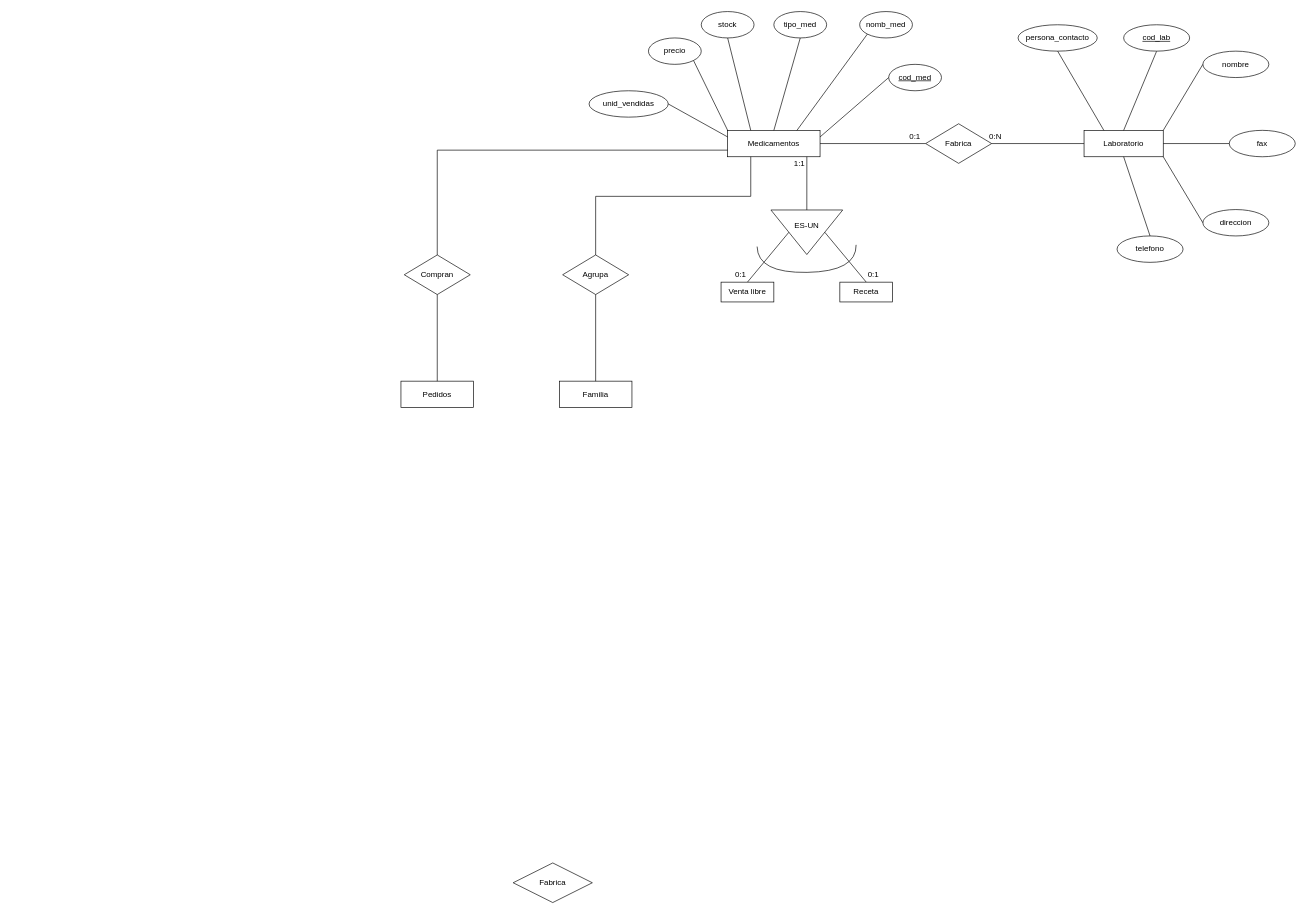
Earlier version of the draw.io diagram Practica_01_Modelo_entidad-relacion_Farmacia/Practica_01_Modelo_Entidad-Relacion_Farmacia.drawio (feichay10/Practicas-ADBD). Source tidied: cells renumbered, new cells numbered last; positions are measured from the earlier drawing's top-left corner, leaving out a move shared by most shapes. Both pictures are drawn from the tidied source at 66%, with x=0, y=0 at pixel (401, 11).
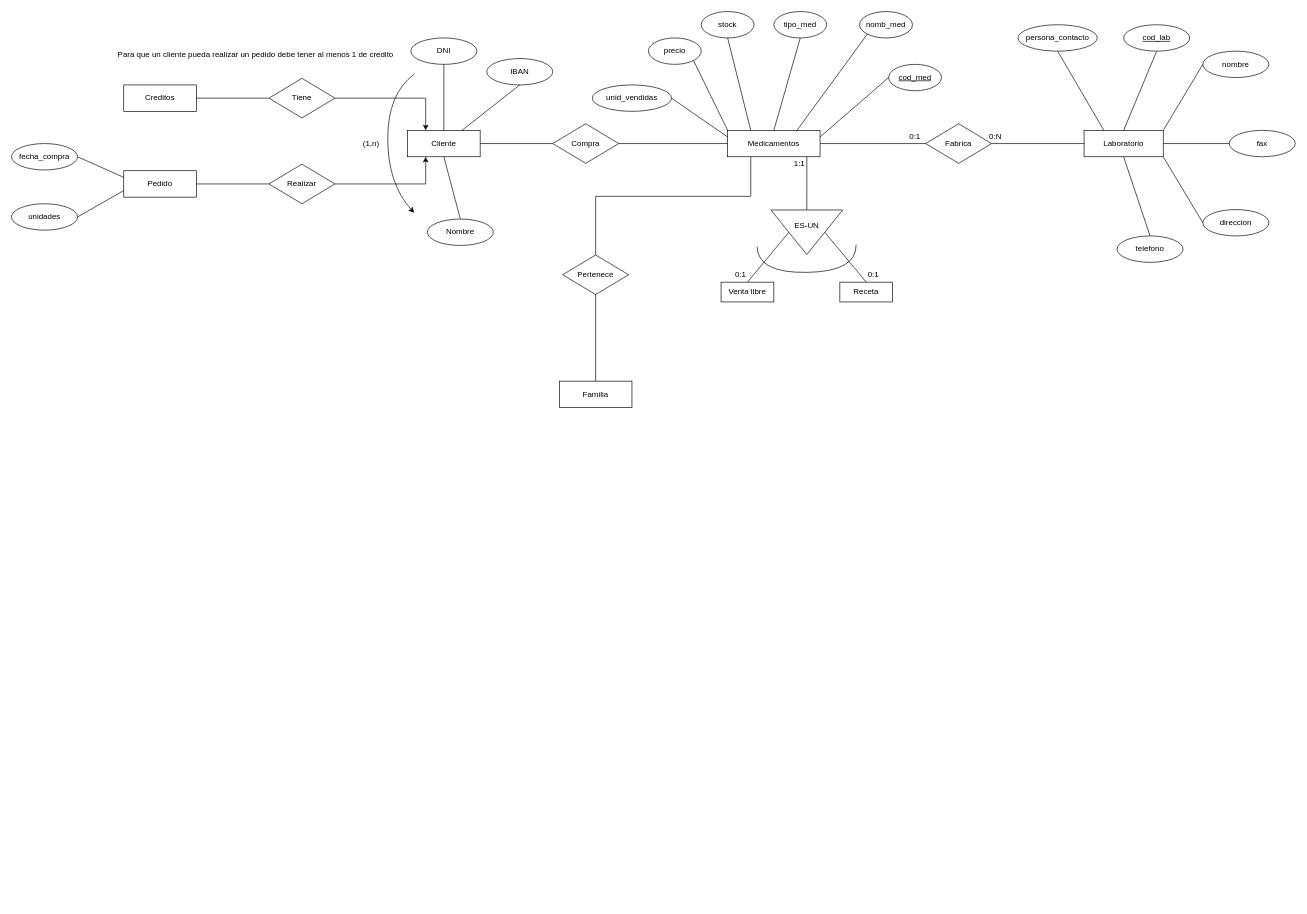
The same page after the edit.

The change refers to these unchanged cells:
```xml
<mxCell id="4" value="Medicamentos" style="whiteSpace=wrap;html=1;align=center;" parent="1" vertex="1">
  <mxGeometry x="495" y="180" width="140" height="40" as="geometry" />
</mxCell>
```

What changed in the source:
```diff
@@
-    <mxCell id="3" value="Fabrica" style="shape=rhombus;perimeter=rhombusPerimeter;whiteSpace=wrap;html=1;align=center;" parent="1" vertex="1">
-      <mxGeometry x="170" y="1290" width="120" height="60" as="geometry" />
-    </mxCell>
@@
     <mxCell id="21" value="unid_vendidas" style="ellipse;whiteSpace=wrap;html=1;align=center;" parent="1" vertex="1">
-      <mxGeometry x="285" y="120" width="120" height="40" as="geometry" />
+      <mxGeometry x="290" y="111.2" width="120" height="40" as="geometry" />
     </mxCell>
@@
-    <mxCell id="45" value="Agrupa" style="shape=rhombus;perimeter=rhombusPerimeter;whiteSpace=wrap;html=1;align=center;" parent="1" vertex="1">
+    <mxCell id="45" value="Pertenece" style="shape=rhombus;perimeter=rhombusPerimeter;whiteSpace=wrap;html=1;align=center;" parent="1" vertex="1">
       <mxGeometry x="245" y="368.8" width="100" height="60" as="geometry" />
     </mxCell>
@@
-    <mxCell id="49" style="endArrow=none;html=1;rounded=0;entryX=0;entryY=0.75;entryDx=0;entryDy=0;exitX=0.5;exitY=0;exitDx=0;exitDy=0;" parent="1" edge="1" source="50" target="4">
-      <mxGeometry relative="1" as="geometry">
-        <Array as="points">
-          <mxPoint x="55" y="210" />
-        </Array>
-      </mxGeometry>
-    </mxCell>
+    <mxCell id="53" style="edgeStyle=orthogonalEdgeStyle;rounded=0;jettySize=auto;html=1;entryX=0.25;entryY=0;entryDx=0;entryDy=0;" parent="1" edge="1" source="50" target="56">
+      <mxGeometry relative="1" as="geometry" />
+    </mxCell>
-    <mxCell id="50" value="Compran" style="shape=rhombus;perimeter=rhombusPerimeter;whiteSpace=wrap;html=1;align=center;" parent="1" vertex="1">
-      <mxGeometry x="5" y="368.8" width="100" height="60" as="geometry" />
+    <mxCell id="50" value="Tiene" style="shape=rhombus;perimeter=rhombusPerimeter;whiteSpace=wrap;html=1;align=center;" parent="1" vertex="1">
+      <mxGeometry x="-200" y="101.2" width="100" height="60" as="geometry" />
     </mxCell>
-    <mxCell id="51" value="Pedidos" style="whiteSpace=wrap;html=1;align=center;" parent="1" vertex="1">
-      <mxGeometry y="560" width="110" height="40" as="geometry" />
+    <mxCell id="51" value="Pedido" style="whiteSpace=wrap;html=1;align=center;" parent="1" vertex="1">
+      <mxGeometry x="-420" y="241.2" width="110" height="40" as="geometry" />
     </mxCell>
-    <mxCell id="52" style="endArrow=none;html=1;rounded=0;entryX=0.5;entryY=1;entryDx=0;entryDy=0;exitX=0.5;exitY=0;exitDx=0;exitDy=0;" parent="1" edge="1" source="51" target="50">
-      <mxGeometry relative="1" as="geometry" />
-    </mxCell>
+    <mxCell id="54" style="edgeStyle=orthogonalEdgeStyle;rounded=0;jettySize=auto;html=1;entryX=0.25;entryY=1;entryDx=0;entryDy=0;" parent="1" edge="1" source="55" target="56">
+      <mxGeometry relative="1" as="geometry" />
+    </mxCell>
+    <mxCell id="55" value="Realizar" style="shape=rhombus;perimeter=rhombusPerimeter;whiteSpace=wrap;html=1;align=center;" parent="1" vertex="1">
+      <mxGeometry x="-200" y="231.2" width="100" height="60" as="geometry" />
+    </mxCell>
+    <mxCell id="56" value="Cliente" style="whiteSpace=wrap;html=1;align=center;" parent="1" vertex="1">
+      <mxGeometry x="10" y="180" width="110" height="40" as="geometry" />
+    </mxCell>
+    <mxCell id="57" value="fecha_compra" style="ellipse;whiteSpace=wrap;html=1;align=center;" parent="1" vertex="1">
+      <mxGeometry x="-590" y="200" width="100" height="40" as="geometry" />
+    </mxCell>
+    <mxCell id="58" value="unidades" style="ellipse;whiteSpace=wrap;html=1;align=center;" parent="1" vertex="1">
+      <mxGeometry x="-590" y="291.2" width="100" height="40" as="geometry" />
+    </mxCell>
+    <mxCell id="59" value="DNI" style="ellipse;whiteSpace=wrap;html=1;align=center;" parent="1" vertex="1">
+      <mxGeometry x="15" y="40" width="100" height="40" as="geometry" />
+    </mxCell>
+    <mxCell id="60" value="Nombre" style="ellipse;whiteSpace=wrap;html=1;align=center;" parent="1" vertex="1">
+      <mxGeometry x="40" y="314.4" width="100" height="40" as="geometry" />
+    </mxCell>
+    <mxCell id="61" value="IBAN" style="ellipse;whiteSpace=wrap;html=1;align=center;" parent="1" vertex="1">
+      <mxGeometry x="130" y="71.2" width="100" height="40" as="geometry" />
+    </mxCell>
+    <mxCell id="62" value="Creditos" style="whiteSpace=wrap;html=1;align=center;" parent="1" vertex="1">
+      <mxGeometry x="-420" y="111.2" width="110" height="40" as="geometry" />
+    </mxCell>
+    <mxCell id="63" style="endArrow=none;html=1;rounded=0;exitX=1;exitY=0.5;exitDx=0;exitDy=0;entryX=0;entryY=0.5;entryDx=0;entryDy=0;" parent="1" edge="1" source="51" target="55">
+      <mxGeometry relative="1" as="geometry" />
+    </mxCell>
+    <mxCell id="64" style="endArrow=none;html=1;rounded=0;exitX=1;exitY=0.5;exitDx=0;exitDy=0;entryX=0;entryY=0.5;entryDx=0;entryDy=0;" parent="1" edge="1" source="62" target="50">
+      <mxGeometry relative="1" as="geometry" />
+    </mxCell>
+    <mxCell id="65" value="Para que un cliente pueda realizar un pedido debe tener al menos 1 de credito" style="text;html=1;strokeColor=none;fillColor=none;align=center;verticalAlign=middle;whiteSpace=wrap;rounded=0;" parent="1" vertex="1">
+      <mxGeometry x="-430" y="50" width="420" height="30" as="geometry" />
+    </mxCell>
+    <mxCell id="66" style="curved=1;endArrow=classic;html=1;rounded=0;" parent="1" edge="1">
+      <mxGeometry relative="1" as="geometry">
+        <mxPoint x="20" y="95" as="sourcePoint" />
+        <mxPoint x="20" y="305" as="targetPoint" />
+        <Array as="points">
+          <mxPoint x="-20" y="124.6" />
+          <mxPoint x="-20" y="260.6" />
+        </Array>
+      </mxGeometry>
+    </mxCell>
+    <mxCell id="67" value="(1,n)" style="text;html=1;strokeColor=none;fillColor=none;align=center;verticalAlign=middle;whiteSpace=wrap;rounded=0;" parent="1" vertex="1">
+      <mxGeometry x="-60" y="190" width="30" height="20" as="geometry" />
+    </mxCell>
+    <mxCell id="68" value="Compra" style="shape=rhombus;perimeter=rhombusPerimeter;whiteSpace=wrap;html=1;align=center;" parent="1" vertex="1">
+      <mxGeometry x="230" y="170" width="100" height="60" as="geometry" />
+    </mxCell>
+    <mxCell id="69" style="endArrow=none;html=1;rounded=0;exitX=1;exitY=0.5;exitDx=0;exitDy=0;entryX=0;entryY=0.5;entryDx=0;entryDy=0;" parent="1" edge="1" source="56" target="68">
+      <mxGeometry relative="1" as="geometry" />
+    </mxCell>
+    <mxCell id="70" style="endArrow=none;html=1;rounded=0;exitX=1;exitY=0.5;exitDx=0;exitDy=0;" parent="1" edge="1" source="68" target="4">
+      <mxGeometry relative="1" as="geometry" />
+    </mxCell>
+    <mxCell id="71" style="endArrow=none;html=1;rounded=0;exitX=0.5;exitY=0;exitDx=0;exitDy=0;entryX=0.5;entryY=1;entryDx=0;entryDy=0;" parent="1" edge="1" source="60" target="56">
+      <mxGeometry relative="1" as="geometry" />
+    </mxCell>
+    <mxCell id="72" style="endArrow=none;html=1;rounded=0;entryX=0.5;entryY=1;entryDx=0;entryDy=0;exitX=0.5;exitY=0;exitDx=0;exitDy=0;" parent="1" edge="1" source="56" target="59">
+      <mxGeometry relative="1" as="geometry" />
+    </mxCell>
+    <mxCell id="73" style="endArrow=none;html=1;rounded=0;entryX=0.5;entryY=1;entryDx=0;entryDy=0;exitX=0.75;exitY=0;exitDx=0;exitDy=0;" parent="1" edge="1" source="56" target="61">
+      <mxGeometry relative="1" as="geometry" />
+    </mxCell>
+    <mxCell id="74" style="endArrow=none;html=1;rounded=0;exitX=1;exitY=0.5;exitDx=0;exitDy=0;entryX=0;entryY=0.75;entryDx=0;entryDy=0;" parent="1" edge="1" source="58" target="51">
+      <mxGeometry relative="1" as="geometry" />
+    </mxCell>
+    <mxCell id="75" style="endArrow=none;html=1;rounded=0;exitX=1;exitY=0.5;exitDx=0;exitDy=0;entryX=0;entryY=0.25;entryDx=0;entryDy=0;" parent="1" edge="1" source="57" target="51">
+      <mxGeometry relative="1" as="geometry" />
+    </mxCell>
```
